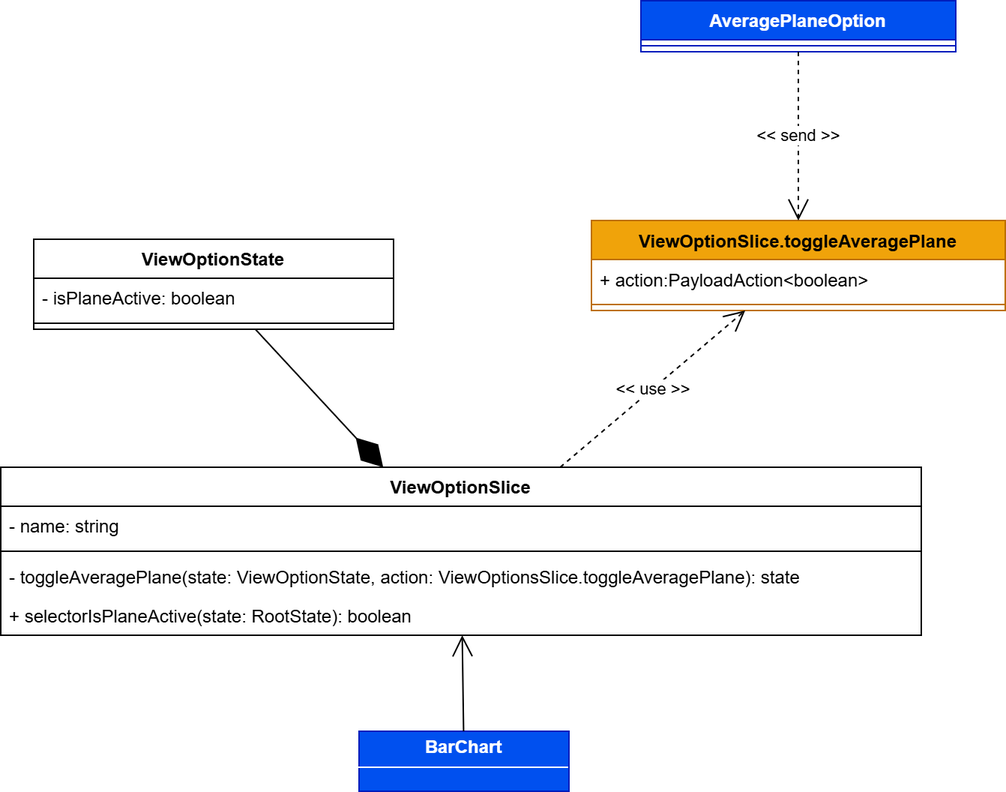
Above: Docs/PB/Generali Esterni/specifica_tecnica/template/images/uml_front/logic/viewoptionslice.png in 6BitBusters/6BitBusters.github.io (draw.io), before the change. Source tidied: cells renumbered, new cells last; positions are measured from the earlier drawing's top-left corner, leaving out a move shared by most shapes. The source it was exported from:
```xml
<mxGraphModel>
  <root>
    <mxCell id="0" />
    <mxCell id="1" parent="0" />
    <mxCell id="2" value="ViewOptionSlice.toggleAveragePlane" style="swimlane;fontStyle=1;align=center;verticalAlign=top;horizontal=1;startSize=26;whiteSpace=wrap;html=1;fillColor=#f0a30a;fontColor=#000000;strokeColor=#BD7000;" parent="1" vertex="1">
      <mxGeometry x="394" y="146.5" width="276" height="60" as="geometry" />
    </mxCell>
    <mxCell id="3" value="+ action:PayloadAction&amp;lt;boolean&amp;gt;" style="text;strokeColor=none;fillColor=none;align=left;verticalAlign=top;spacingLeft=4;spacingRight=4;overflow=hidden;whiteSpace=wrap;html=1;" parent="2" vertex="1">
      <mxGeometry y="26" width="276" height="26" as="geometry" />
    </mxCell>
    <mxCell id="4" style="line;strokeWidth=1;fillColor=none;align=left;verticalAlign=middle;spacingTop=-1;spacingLeft=3;spacingRight=3;labelPosition=right;strokeColor=inherit;" parent="2" vertex="1">
      <mxGeometry y="52" width="276" height="8" as="geometry" />
    </mxCell>
    <mxCell id="5" value="&amp;lt;&amp;lt; use &amp;gt;&amp;gt;" style="endArrow=open;endSize=12;dashed=1;html=1;rounded=0;" parent="1" edge="1" source="6" target="2">
      <mxGeometry relative="1" as="geometry" />
    </mxCell>
    <mxCell id="6" value="ViewOptionSlice" style="swimlane;fontStyle=1;align=center;verticalAlign=top;horizontal=1;startSize=26;whiteSpace=wrap;html=1;" parent="1" vertex="1">
      <mxGeometry y="311" width="614" height="112" as="geometry" />
    </mxCell>
    <mxCell id="7" value="- name: string" style="text;strokeColor=none;fillColor=none;align=left;verticalAlign=top;spacingLeft=4;spacingRight=4;overflow=hidden;whiteSpace=wrap;html=1;" parent="6" vertex="1">
      <mxGeometry y="26" width="614" height="26" as="geometry" />
    </mxCell>
    <mxCell id="8" style="line;strokeWidth=1;fillColor=none;align=left;verticalAlign=middle;spacingTop=-1;spacingLeft=3;spacingRight=3;labelPosition=right;strokeColor=inherit;" parent="6" vertex="1">
      <mxGeometry y="52" width="614" height="8" as="geometry" />
    </mxCell>
    <mxCell id="9" value="- toggleAveragePlane(state:&amp;nbsp;ViewOptionState, action: ViewOptionsSlice.toggleAveragePlane): state" style="text;strokeColor=none;fillColor=none;align=left;verticalAlign=top;spacingLeft=4;spacingRight=4;overflow=hidden;whiteSpace=wrap;html=1;" parent="6" vertex="1">
      <mxGeometry y="60" width="614" height="26" as="geometry" />
    </mxCell>
    <mxCell id="10" value="+ selectorIsPlaneActive(state: RootState): boolean" style="text;strokeColor=none;fillColor=none;align=left;verticalAlign=top;spacingLeft=4;spacingRight=4;overflow=hidden;whiteSpace=wrap;html=1;" parent="6" vertex="1">
      <mxGeometry y="86" width="614" height="26" as="geometry" />
    </mxCell>
    <mxCell id="11" value="ViewOptionState" style="swimlane;fontStyle=1;align=center;verticalAlign=top;horizontal=1;startSize=26;whiteSpace=wrap;html=1;" parent="1" vertex="1">
      <mxGeometry x="22" y="159" width="240" height="60" as="geometry" />
    </mxCell>
    <mxCell id="12" value="&lt;div&gt;- isPlaneActive: boolean&lt;/div&gt;" style="text;strokeColor=none;fillColor=none;align=left;verticalAlign=top;spacingLeft=4;spacingRight=4;overflow=hidden;whiteSpace=wrap;html=1;" parent="11" vertex="1">
      <mxGeometry y="26" width="240" height="26" as="geometry" />
    </mxCell>
    <mxCell id="13" style="line;strokeWidth=1;fillColor=none;align=left;verticalAlign=middle;spacingTop=-1;spacingLeft=3;spacingRight=3;labelPosition=right;strokeColor=inherit;" parent="11" vertex="1">
      <mxGeometry y="52" width="240" height="8" as="geometry" />
    </mxCell>
    <mxCell id="14" style="endArrow=diamondThin;endFill=1;endSize=24;html=1;rounded=0;" parent="1" edge="1" source="11" target="6">
      <mxGeometry relative="1" as="geometry" />
    </mxCell>
    <mxCell id="15" value="AveragePlaneOption" style="swimlane;fontStyle=1;align=center;verticalAlign=top;horizontal=1;startSize=26;whiteSpace=wrap;html=1;fillColor=#0050ef;fontColor=#ffffff;strokeColor=#001DBC;" parent="1" vertex="1">
      <mxGeometry x="427" width="210" height="34" as="geometry" />
    </mxCell>
    <mxCell id="16" style="line;strokeWidth=1;fillColor=none;align=left;verticalAlign=middle;spacingTop=-1;spacingLeft=3;spacingRight=3;labelPosition=right;strokeColor=inherit;" parent="15" vertex="1">
      <mxGeometry y="26" width="210" height="8" as="geometry" />
    </mxCell>
    <mxCell id="17" value="&amp;lt;&amp;lt; send &amp;gt;&amp;gt;" style="endArrow=open;endSize=12;dashed=1;html=1;rounded=0;" parent="1" edge="1" source="15" target="2">
      <mxGeometry relative="1" as="geometry" />
    </mxCell>
    <mxCell id="18" value="&lt;p style=&quot;margin:0px;margin-top:4px;text-align:center;&quot;&gt;&lt;b&gt;BarChart&lt;/b&gt;&lt;/p&gt;&lt;hr size=&quot;1&quot; style=&quot;border-style:solid;&quot;&gt;&lt;div style=&quot;height:2px;&quot;&gt;&lt;/div&gt;" style="verticalAlign=top;align=left;overflow=fill;html=1;whiteSpace=wrap;fillColor=#0050ef;fontColor=#ffffff;strokeColor=#001DBC;" parent="1" vertex="1">
      <mxGeometry x="239" y="487" width="140" height="40" as="geometry" />
    </mxCell>
    <mxCell id="19" style="endArrow=open;endFill=1;endSize=12;html=1;rounded=0;" parent="1" edge="1" source="18" target="6">
      <mxGeometry relative="1" as="geometry" />
    </mxCell>
  </root>
</mxGraphModel>
```
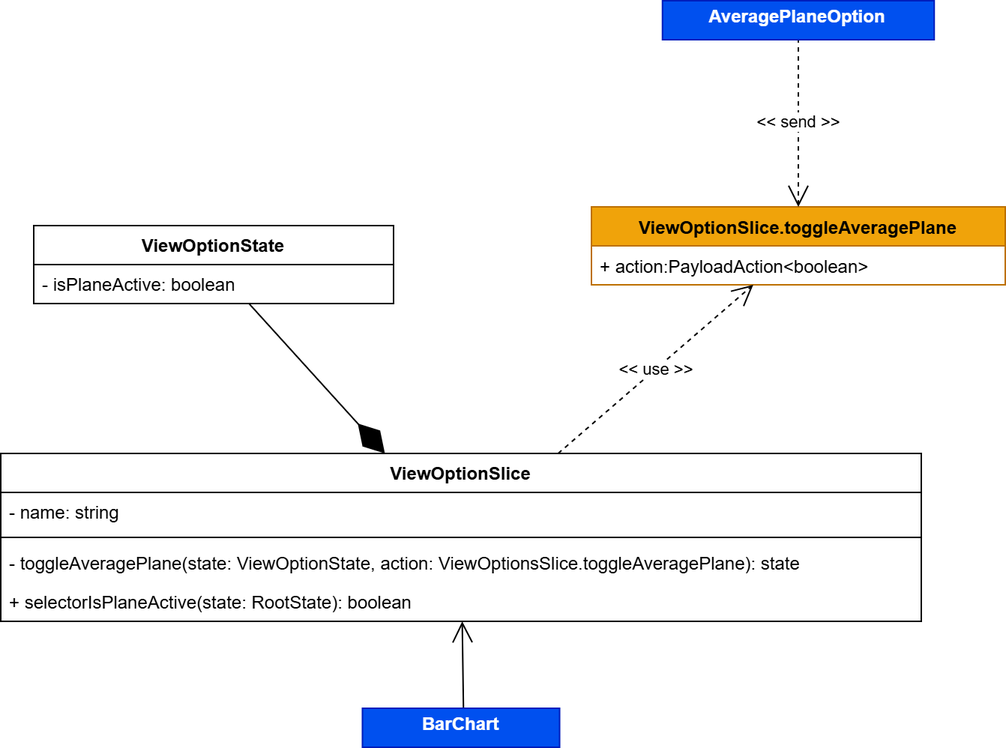
After the change.

Diff of the diagram source:
```diff
@@ -3,14 +3,11 @@
     <mxCell id="0" />
     <mxCell id="1" parent="0" />
     <mxCell id="2" value="ViewOptionSlice.toggleAveragePlane" style="swimlane;fontStyle=1;align=center;verticalAlign=top;horizontal=1;startSize=26;whiteSpace=wrap;html=1;fillColor=#f0a30a;fontColor=#000000;strokeColor=#BD7000;" parent="1" vertex="1">
-      <mxGeometry x="394" y="146.5" width="276" height="60" as="geometry" />
+      <mxGeometry x="394" y="146.5" width="276" height="52" as="geometry" />
     </mxCell>
     <mxCell id="3" value="+ action:PayloadAction&amp;lt;boolean&amp;gt;" style="text;strokeColor=none;fillColor=none;align=left;verticalAlign=top;spacingLeft=4;spacingRight=4;overflow=hidden;whiteSpace=wrap;html=1;" parent="2" vertex="1">
       <mxGeometry y="26" width="276" height="26" as="geometry" />
     </mxCell>
-    <mxCell id="4" style="line;strokeWidth=1;fillColor=none;align=left;verticalAlign=middle;spacingTop=-1;spacingLeft=3;spacingRight=3;labelPosition=right;strokeColor=inherit;" parent="2" vertex="1">
-      <mxGeometry y="52" width="276" height="8" as="geometry" />
-    </mxCell>
     <mxCell id="5" value="&amp;lt;&amp;lt; use &amp;gt;&amp;gt;" style="endArrow=open;endSize=12;dashed=1;html=1;rounded=0;" parent="1" edge="1" source="6" target="2">
       <mxGeometry relative="1" as="geometry" />
     </mxCell>
@@ -30,31 +27,29 @@
       <mxGeometry y="86" width="614" height="26" as="geometry" />
     </mxCell>
     <mxCell id="11" value="ViewOptionState" style="swimlane;fontStyle=1;align=center;verticalAlign=top;horizontal=1;startSize=26;whiteSpace=wrap;html=1;" parent="1" vertex="1">
-      <mxGeometry x="22" y="159" width="240" height="60" as="geometry" />
+      <mxGeometry x="22" y="159" width="240" height="52" as="geometry" />
     </mxCell>
     <mxCell id="12" value="&lt;div&gt;- isPlaneActive: boolean&lt;/div&gt;" style="text;strokeColor=none;fillColor=none;align=left;verticalAlign=top;spacingLeft=4;spacingRight=4;overflow=hidden;whiteSpace=wrap;html=1;" parent="11" vertex="1">
       <mxGeometry y="26" width="240" height="26" as="geometry" />
     </mxCell>
-    <mxCell id="13" style="line;strokeWidth=1;fillColor=none;align=left;verticalAlign=middle;spacingTop=-1;spacingLeft=3;spacingRight=3;labelPosition=right;strokeColor=inherit;" parent="11" vertex="1">
-      <mxGeometry y="52" width="240" height="8" as="geometry" />
-    </mxCell>
     <mxCell id="14" style="endArrow=diamondThin;endFill=1;endSize=24;html=1;rounded=0;" parent="1" edge="1" source="11" target="6">
       <mxGeometry relative="1" as="geometry" />
     </mxCell>
+    <mxCell id="17" value="&amp;lt;&amp;lt; send &amp;gt;&amp;gt;" style="endArrow=open;endSize=12;dashed=1;html=1;rounded=0;" parent="1" edge="1" target="2">
+      <mxGeometry relative="1" as="geometry">
+        <mxPoint x="532" y="34" as="sourcePoint" />
+      </mxGeometry>
+    </mxCell>
+    <mxCell id="20" style="endArrow=open;endFill=1;endSize=12;html=1;rounded=0;" parent="1" edge="1" target="6">
+      <mxGeometry relative="1" as="geometry">
+        <mxPoint x="308.7" y="487" as="sourcePoint" />
+      </mxGeometry>
+    </mxCell>
+    <mxCell id="18" value="&lt;p style=&quot;margin:0px;margin-top:4px;text-align:center;&quot;&gt;&lt;b&gt;BarChart&lt;/b&gt;&lt;/p&gt;" style="verticalAlign=top;align=left;overflow=fill;html=1;whiteSpace=wrap;fillColor=#0050ef;fontColor=#ffffff;strokeColor=#001DBC;" parent="1" vertex="1">
+      <mxGeometry x="241.2" y="481" width="131.5" height="26" as="geometry" />
+    </mxCell>
-    <mxCell id="15" value="AveragePlaneOption" style="swimlane;fontStyle=1;align=center;verticalAlign=top;horizontal=1;startSize=26;whiteSpace=wrap;html=1;fillColor=#0050ef;fontColor=#ffffff;strokeColor=#001DBC;" parent="1" vertex="1">
-      <mxGeometry x="427" width="210" height="34" as="geometry" />
+    <mxCell id="15" value="&lt;p style=&quot;margin:0px;margin-top:4px;text-align:center;&quot;&gt;&lt;b&gt;AveragePlaneOption&lt;/b&gt;&lt;/p&gt;&lt;p style=&quot;margin:0px;margin-top:4px;text-align:center;&quot;&gt;&lt;b&gt;&lt;br&gt;&lt;/b&gt;&lt;/p&gt;" style="verticalAlign=top;align=left;overflow=fill;html=1;whiteSpace=wrap;fillColor=#0050ef;fontColor=#ffffff;strokeColor=#001DBC;" parent="1" vertex="1">
+      <mxGeometry x="441.4" y="9" width="181.2" height="26" as="geometry" />
     </mxCell>
-    <mxCell id="16" style="line;strokeWidth=1;fillColor=none;align=left;verticalAlign=middle;spacingTop=-1;spacingLeft=3;spacingRight=3;labelPosition=right;strokeColor=inherit;" parent="15" vertex="1">
-      <mxGeometry y="26" width="210" height="8" as="geometry" />
-    </mxCell>
-    <mxCell id="17" value="&amp;lt;&amp;lt; send &amp;gt;&amp;gt;" style="endArrow=open;endSize=12;dashed=1;html=1;rounded=0;" parent="1" edge="1" source="15" target="2">
-      <mxGeometry relative="1" as="geometry" />
-    </mxCell>
-    <mxCell id="18" value="&lt;p style=&quot;margin:0px;margin-top:4px;text-align:center;&quot;&gt;&lt;b&gt;BarChart&lt;/b&gt;&lt;/p&gt;&lt;hr size=&quot;1&quot; style=&quot;border-style:solid;&quot;&gt;&lt;div style=&quot;height:2px;&quot;&gt;&lt;/div&gt;" style="verticalAlign=top;align=left;overflow=fill;html=1;whiteSpace=wrap;fillColor=#0050ef;fontColor=#ffffff;strokeColor=#001DBC;" parent="1" vertex="1">
-      <mxGeometry x="239" y="487" width="140" height="40" as="geometry" />
-    </mxCell>
-    <mxCell id="19" style="endArrow=open;endFill=1;endSize=12;html=1;rounded=0;" parent="1" edge="1" source="18" target="6">
-      <mxGeometry relative="1" as="geometry" />
-    </mxCell>
   </root>
 </mxGraphModel>
```
